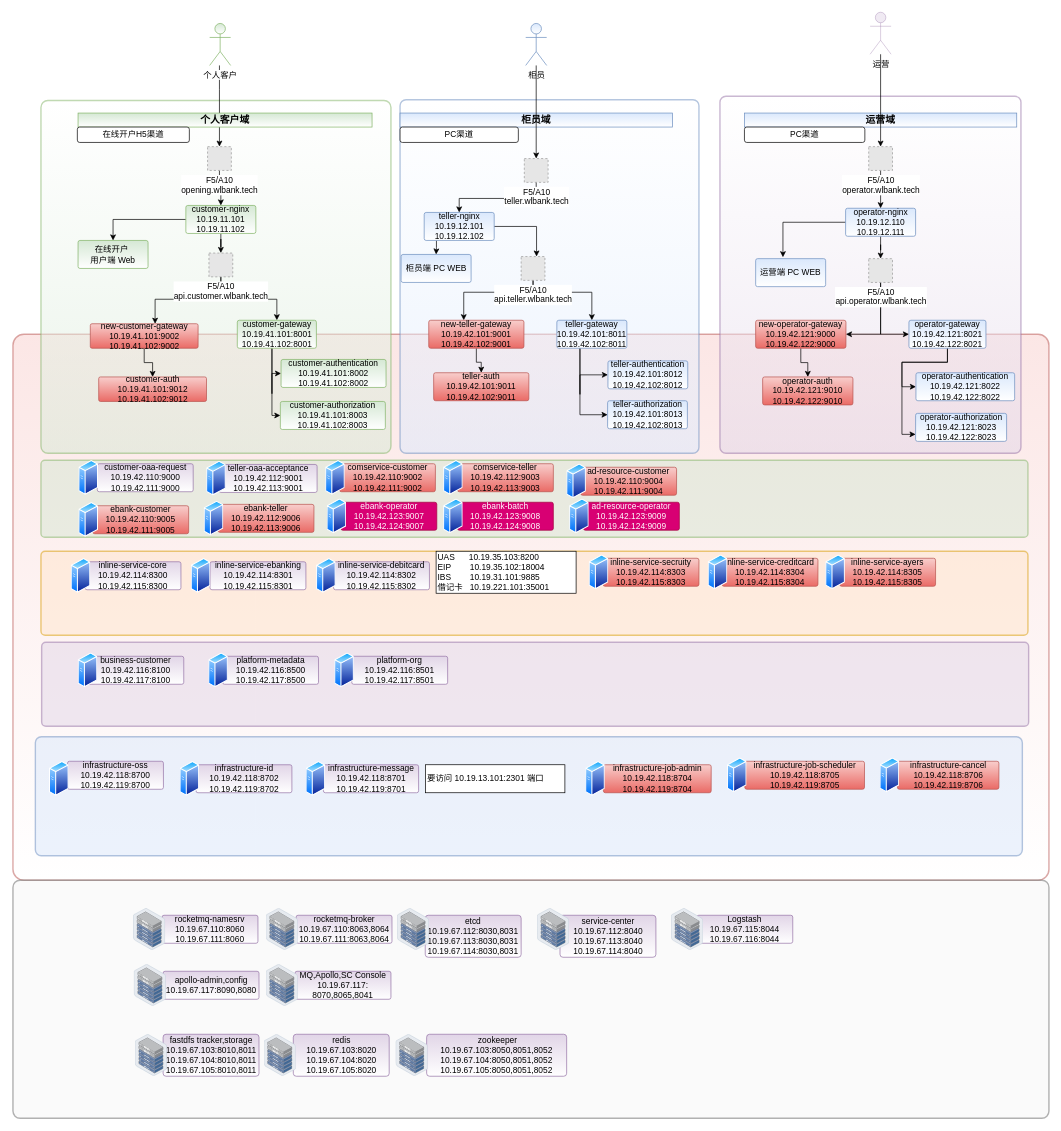
Above: 在线开户布署.drawio in sam1982/draw (draw.io), before the change. Source tidied: cells renumbered, new cells numbered last; positions are measured from the earlier drawing's top-left corner, leaving out a move shared by most shapes. Both pictures are drawn from the tidied source at 70%, with x=0, y=0 at pixel (13, 12). Pictures stored in the file or linked from it are replaced by grey dashed boxes.
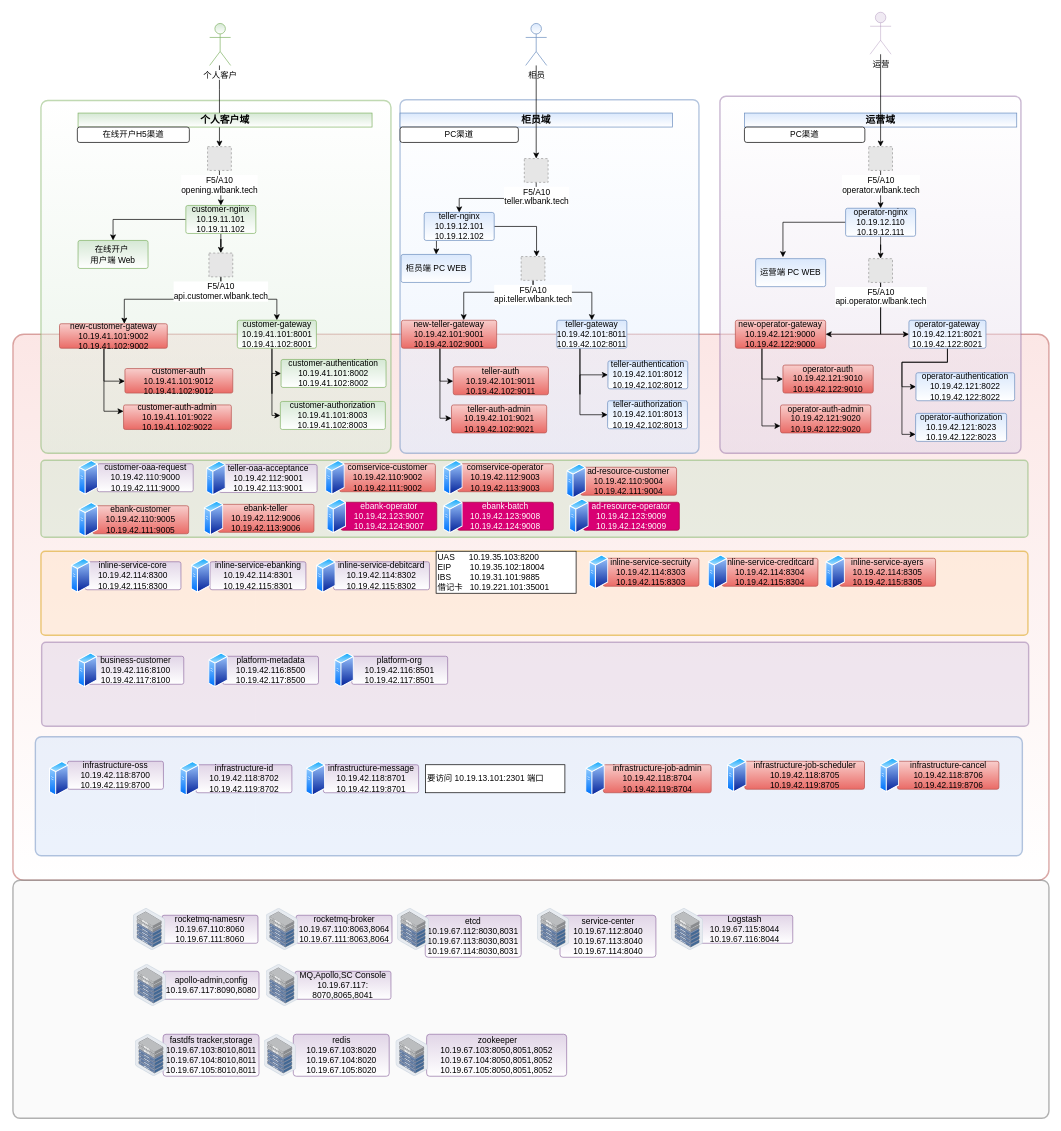
After the change.

Commit message:
更新在线开户布署.drawio

The change refers to these unchanged cells:
```xml
<mxCell id="24" value="F5/A10&lt;br&gt;api.customer.wlbank.tech&lt;br&gt;" style="fillColor=#E6E6E6;strokeColor=#999999;dashed=1;html=1;verticalAlign=top;verticalLabelPosition=bottom;labelBackgroundColor=#ffffff;align=center;" parent="1" vertex="1">
  <mxGeometry x="280" y="344" width="34" height="34" as="geometry" />
</mxCell>
```

The edit, as a diff of the source:
```diff
@@
     <mxCell id="22" style="edgeStyle=orthogonalEdgeStyle;rounded=0;jettySize=auto;html=1;entryX=0.601;entryY=0;entryDx=0;entryDy=0;entryPerimeter=0;" parent="1" edge="1" source="24" target="110">
       <mxGeometry relative="1" as="geometry">
         <Array as="points">
           <mxPoint x="297" y="410" />
-          <mxPoint x="203" y="410" />
+          <mxPoint x="159" y="410" />
         </Array>
       </mxGeometry>
     </mxCell>
@@
     <mxCell id="109" style="edgeStyle=orthogonalEdgeStyle;rounded=0;jettySize=auto;html=1;" parent="1" edge="1" source="110" target="143">
-      <mxGeometry relative="1" as="geometry" />
+      <mxGeometry relative="1" as="geometry">
+        <Array as="points">
+          <mxPoint x="130" y="527" />
+        </Array>
+      </mxGeometry>
     </mxCell>
+    <mxCell id="146" style="edgeStyle=orthogonalEdgeStyle;rounded=0;jettySize=auto;html=1;" parent="1" edge="1" source="110" target="149">
+      <mxGeometry relative="1" as="geometry">
+        <Array as="points">
+          <mxPoint x="130" y="570" />
+        </Array>
+      </mxGeometry>
+    </mxCell>
     <mxCell id="110" value="&lt;span&gt;new-customer-gateway&lt;/span&gt;&lt;br&gt;&lt;span&gt;10.19.41.101:9002&lt;br&gt;&lt;/span&gt;&lt;span&gt;10.19.41.102:9002&lt;/span&gt;" style="rounded=1;whiteSpace=wrap;html=1;arcSize=7;fillColor=#f8cecc;strokeColor=#b85450;gradientColor=#ea6b66;" parent="1" vertex="1">
-      <mxGeometry x="110.5" y="445" width="154" height="35" as="geometry" />
+      <mxGeometry x="66.5" y="445" width="154" height="35" as="geometry" />
     </mxCell>
     <mxCell id="111" style="edgeStyle=orthogonalEdgeStyle;rounded=0;jettySize=auto;html=1;" parent="1" edge="1" source="112" target="145">
-      <mxGeometry relative="1" as="geometry" />
+      <mxGeometry relative="1" as="geometry">
+        <Array as="points">
+          <mxPoint x="1070" y="524" />
+        </Array>
+      </mxGeometry>
     </mxCell>
+    <mxCell id="147" style="edgeStyle=orthogonalEdgeStyle;rounded=0;jettySize=auto;html=1;entryX=0;entryY=0.75;entryDx=0;entryDy=0;" parent="1" edge="1" source="112" target="151">
+      <mxGeometry relative="1" as="geometry">
+        <Array as="points">
+          <mxPoint x="1070" y="591" />
+        </Array>
+      </mxGeometry>
+    </mxCell>
     <mxCell id="112" value="new-&lt;span&gt;operator-gateway&lt;/span&gt;&lt;br&gt;&lt;span&gt;10.19.42.121:9000&lt;br&gt;&lt;/span&gt;10.19.42.122:9000" style="rounded=1;whiteSpace=wrap;html=1;arcSize=7;fillColor=#f8cecc;strokeColor=#b85450;gradientColor=#ea6b66;" parent="1" vertex="1">
-      <mxGeometry x="1061" y="440" width="129" height="40" as="geometry" />
+      <mxGeometry x="1032" y="440" width="129" height="40" as="geometry" />
     </mxCell>
     <mxCell id="113" style="edgeStyle=orthogonalEdgeStyle;rounded=0;jettySize=auto;html=1;" parent="1" edge="1" source="114" target="144">
-      <mxGeometry relative="1" as="geometry" />
+      <mxGeometry relative="1" as="geometry">
+        <Array as="points">
+          <mxPoint x="610" y="527" />
+        </Array>
+      </mxGeometry>
     </mxCell>
+    <mxCell id="148" style="edgeStyle=orthogonalEdgeStyle;rounded=0;jettySize=auto;html=1;" parent="1" edge="1" source="114" target="150">
+      <mxGeometry relative="1" as="geometry">
+        <Array as="points">
+          <mxPoint x="610" y="580" />
+        </Array>
+      </mxGeometry>
+    </mxCell>
     <mxCell id="114" value="&lt;span&gt;new-teller-gateway&lt;/span&gt;&lt;br&gt;&lt;span&gt;10.19.42.101:9001&lt;br&gt;&lt;/span&gt;10.19.42.102:9001" style="rounded=1;whiteSpace=wrap;html=1;arcSize=7;fillColor=#f8cecc;strokeColor=#b85450;gradientColor=#ea6b66;" parent="1" vertex="1">
-      <mxGeometry x="594" y="440" width="136" height="40" as="geometry" />
+      <mxGeometry x="555" y="440" width="136" height="40" as="geometry" />
     </mxCell>
@@
-    <mxCell id="133" value="&lt;span&gt;&lt;/span&gt;comservice-teller&lt;br&gt;&lt;span&gt;10.19.42.112&lt;/span&gt;&lt;span&gt;:9003&lt;br&gt;&lt;/span&gt;&lt;span&gt;10.19.42.113&lt;/span&gt;:9003" style="rounded=1;whiteSpace=wrap;html=1;arcSize=7;fillColor=#f8cecc;strokeColor=#b85450;gradientColor=#ea6b66;" parent="1" vertex="1">
+    <mxCell id="133" value="&lt;span&gt;&lt;/span&gt;comservice-operator&lt;br&gt;&lt;span&gt;10.19.42.112&lt;/span&gt;&lt;span&gt;:9003&lt;br&gt;&lt;/span&gt;&lt;span&gt;10.19.42.113&lt;/span&gt;:9003" style="rounded=1;whiteSpace=wrap;html=1;arcSize=7;fillColor=#f8cecc;strokeColor=#b85450;gradientColor=#ea6b66;" parent="1" vertex="1">
       <mxGeometry x="635" y="645" width="137" height="40" as="geometry" />
     </mxCell>
@@
     <mxCell id="143" value="&lt;span&gt;customer-auth&lt;/span&gt;&lt;br&gt;&lt;span&gt;10.19.41.101:9012&lt;br&gt;&lt;/span&gt;&lt;span&gt;10.19.41.102:9012&lt;/span&gt;" style="rounded=1;whiteSpace=wrap;html=1;arcSize=7;fillColor=#f8cecc;strokeColor=#b85450;gradientColor=#ea6b66;" parent="1" vertex="1">
-      <mxGeometry x="122.5" y="521" width="154" height="35" as="geometry" />
+      <mxGeometry x="160" y="509" width="154" height="35" as="geometry" />
     </mxCell>
     <mxCell id="144" value="&lt;div&gt;&lt;span&gt;teller-auth&lt;/span&gt;&lt;/div&gt;&lt;div&gt;&lt;span&gt;&lt;/span&gt;&lt;span&gt;10.19.42.101:9011&lt;/span&gt;&lt;/div&gt;&lt;div&gt;&lt;span&gt;&lt;/span&gt;&lt;/div&gt;10.19.42.102:9011" style="rounded=1;whiteSpace=wrap;html=1;arcSize=7;fillColor=#f8cecc;strokeColor=#b85450;gradientColor=#ea6b66;" parent="1" vertex="1">
-      <mxGeometry x="601" y="515" width="136" height="40" as="geometry" />
+      <mxGeometry x="629" y="506.5" width="136" height="40" as="geometry" />
     </mxCell>
     <mxCell id="145" value="&lt;span&gt;operator-auth&lt;/span&gt;&lt;br&gt;&lt;span&gt;10.19.42.121:9010&lt;br&gt;&lt;/span&gt;10.19.42.122:9010" style="rounded=1;whiteSpace=wrap;html=1;arcSize=7;fillColor=#f8cecc;strokeColor=#b85450;gradientColor=#ea6b66;" parent="1" vertex="1">
-      <mxGeometry x="1071" y="521" width="129" height="40" as="geometry" />
+      <mxGeometry x="1100" y="504" width="129" height="40" as="geometry" />
     </mxCell>
+    <mxCell id="149" value="&lt;span&gt;customer-auth-admin&lt;/span&gt;&lt;br&gt;&lt;span&gt;10.19.41.101:9022&lt;br&gt;&lt;/span&gt;&lt;span&gt;10.19.41.102:9022&lt;/span&gt;" style="rounded=1;whiteSpace=wrap;html=1;arcSize=7;fillColor=#f8cecc;strokeColor=#b85450;gradientColor=#ea6b66;" parent="1" vertex="1">
+      <mxGeometry x="158" y="561" width="154" height="35" as="geometry" />
+    </mxCell>
+    <mxCell id="150" value="&lt;div&gt;&lt;span&gt;teller-auth-admin&lt;/span&gt;&lt;/div&gt;&lt;div&gt;&lt;span&gt;&lt;/span&gt;&lt;span&gt;10.19.42.101:9021&lt;/span&gt;&lt;/div&gt;&lt;div&gt;&lt;span&gt;&lt;/span&gt;&lt;/div&gt;10.19.42.102:9021" style="rounded=1;whiteSpace=wrap;html=1;arcSize=7;fillColor=#f8cecc;strokeColor=#b85450;gradientColor=#ea6b66;" parent="1" vertex="1">
+      <mxGeometry x="626.5" y="561" width="136" height="40" as="geometry" />
+    </mxCell>
+    <mxCell id="151" value="&lt;span&gt;operator-auth-admin&lt;/span&gt;&lt;br&gt;&lt;span&gt;10.19.42.121:9020&lt;br&gt;&lt;/span&gt;10.19.42.122:9020" style="rounded=1;whiteSpace=wrap;html=1;arcSize=7;fillColor=#f8cecc;strokeColor=#b85450;gradientColor=#ea6b66;" parent="1" vertex="1">
+      <mxGeometry x="1096.5" y="561" width="129" height="40" as="geometry" />
+    </mxCell>
```
